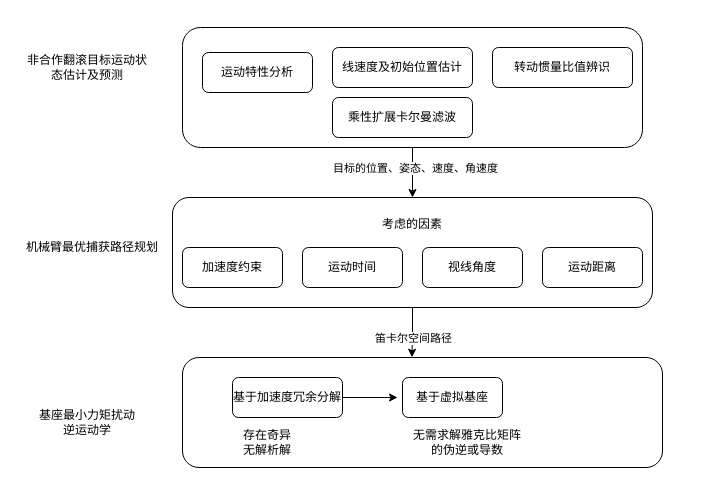
Above: Untitled Diagram.drawio in zzy5510/adams_simulink_robotarm (draw.io), before the change. Source tidied: cells renumbered, new cells numbered last; positions are measured from the earlier drawing's top-left corner, leaving out a move shared by most shapes. Both pictures are drawn from the tidied source at 100%, with x=0, y=0 at pixel (17, 27).
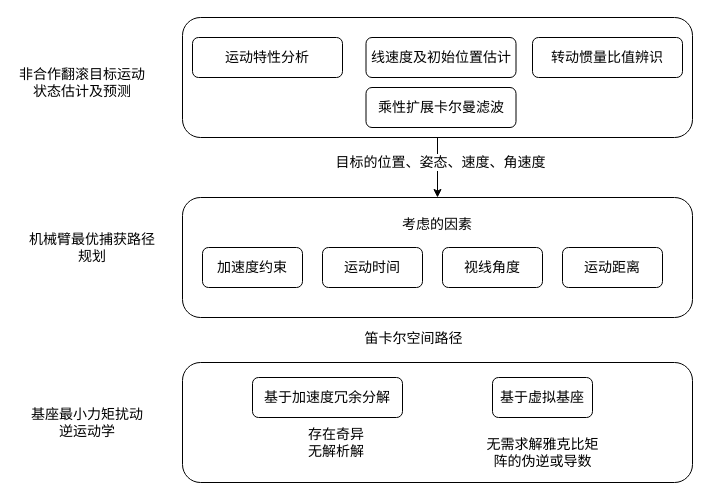
After the change.

What changed in the source:
```diff
@@
-    <mxCell id="2" style="edgeStyle=orthogonalEdgeStyle;rounded=0;jettySize=auto;html=1;" parent="1" edge="1" source="4">
-      <mxGeometry relative="1" as="geometry">
-        <mxPoint x="395" y="170" as="targetPoint" />
-      </mxGeometry>
+    <mxCell id="2" style="edgeStyle=orthogonalEdgeStyle;rounded=0;jettySize=auto;html=1;entryX=0.5;entryY=0;entryDx=0;entryDy=0;" parent="1" edge="1" source="4" target="12">
+      <mxGeometry relative="1" as="geometry" />
     </mxCell>
-    <mxCell id="3" value="目标的位置、姿态、速度、角速度" style="edgeLabel;html=1;align=center;verticalAlign=middle;" parent="2" vertex="1">
+    <mxCell id="3" value="目标的位置、姿态、速度、角速度" style="edgeLabel;html=1;align=center;verticalAlign=middle;fontSize=14;" parent="2" vertex="1">
       <mxGeometry x="-0.21" y="2" relative="1" as="geometry" />
     </mxCell>
     <mxCell id="4" style="rounded=1;whiteSpace=wrap;html=1;" parent="1" vertex="1">
-      <mxGeometry x="165" width="460" height="120" as="geometry" />
+      <mxGeometry x="165" y="-10" width="510" height="120" as="geometry" />
     </mxCell>
-    <mxCell id="5" value="非合作翻滚目标运动状态估计及预测" style="text;html=1;strokeColor=none;fillColor=none;align=center;verticalAlign=middle;whiteSpace=wrap;rounded=0;" parent="1" vertex="1">
-      <mxGeometry x="5" y="25" width="130" height="30" as="geometry" />
+    <mxCell id="5" value="&lt;font style=&quot;font-size: 14px&quot;&gt;非合作翻滚目标运动状态估计及预测&lt;/font&gt;" style="text;html=1;strokeColor=none;fillColor=none;align=center;verticalAlign=middle;whiteSpace=wrap;rounded=0;" parent="1" vertex="1">
+      <mxGeometry y="40" width="130" height="30" as="geometry" />
     </mxCell>
-    <mxCell id="6" value="运动特性分析" style="rounded=1;whiteSpace=wrap;html=1;" parent="1" vertex="1">
-      <mxGeometry x="185" y="25" width="110" height="40" as="geometry" />
+    <mxCell id="6" value="&lt;font style=&quot;font-size: 14px&quot;&gt;运动特性分析&lt;/font&gt;" style="rounded=1;whiteSpace=wrap;html=1;" parent="1" vertex="1">
+      <mxGeometry x="175" y="10" width="150" height="40" as="geometry" />
     </mxCell>
-    <mxCell id="7" value="线速度及初始位置估计" style="rounded=1;whiteSpace=wrap;html=1;" parent="1" vertex="1">
-      <mxGeometry x="315" y="20" width="140" height="40" as="geometry" />
+    <mxCell id="7" value="&lt;font style=&quot;font-size: 14px&quot;&gt;线速度及初始位置估计&lt;/font&gt;" style="rounded=1;whiteSpace=wrap;html=1;" parent="1" vertex="1">
+      <mxGeometry x="348.5" y="10" width="150" height="40" as="geometry" />
     </mxCell>
-    <mxCell id="8" value="转动惯量比值辨识" style="rounded=1;whiteSpace=wrap;html=1;" parent="1" vertex="1">
-      <mxGeometry x="475" y="20" width="140" height="40" as="geometry" />
+    <mxCell id="8" value="&lt;font style=&quot;font-size: 14px&quot;&gt;转动惯量比值辨识&lt;/font&gt;" style="rounded=1;whiteSpace=wrap;html=1;" parent="1" vertex="1">
+      <mxGeometry x="515" y="10" width="150" height="40" as="geometry" />
     </mxCell>
-    <mxCell id="9" value="乘性扩展卡尔曼滤波" style="rounded=1;whiteSpace=wrap;html=1;" parent="1" vertex="1">
-      <mxGeometry x="315" y="70" width="140" height="40" as="geometry" />
+    <mxCell id="9" value="&lt;font style=&quot;font-size: 14px&quot;&gt;乘性扩展卡尔曼滤波&lt;/font&gt;" style="rounded=1;whiteSpace=wrap;html=1;" parent="1" vertex="1">
+      <mxGeometry x="348.5" y="60" width="150" height="40" as="geometry" />
     </mxCell>
-    <mxCell id="10" value="机械臂最优捕获路径规划" style="text;html=1;strokeColor=none;fillColor=none;align=center;verticalAlign=middle;whiteSpace=wrap;rounded=0;" parent="1" vertex="1">
+    <mxCell id="10" value="&lt;font style=&quot;font-size: 14px&quot;&gt;机械臂最优捕获路径规划&lt;/font&gt;" style="text;html=1;strokeColor=none;fillColor=none;align=center;verticalAlign=middle;whiteSpace=wrap;rounded=0;" parent="1" vertex="1">
       <mxGeometry x="5" y="205" width="140" height="30" as="geometry" />
     </mxCell>
-    <mxCell id="11" style="edgeStyle=orthogonalEdgeStyle;rounded=0;jettySize=auto;html=1;entryX=0.478;entryY=-0.002;entryDx=0;entryDy=0;entryPerimeter=0;" parent="1" edge="1" source="12" target="19">
-      <mxGeometry relative="1" as="geometry" />
-    </mxCell>
-    <mxCell id="12" value="考虑的因素&lt;br&gt;&lt;br&gt;&lt;br&gt;&lt;br&gt;&lt;br&gt;" style="rounded=1;whiteSpace=wrap;html=1;" parent="1" vertex="1">
-      <mxGeometry x="155" y="170" width="480" height="110" as="geometry" />
+    <mxCell id="12" value="考虑的因素&lt;br style=&quot;font-size: 14px;&quot;&gt;&lt;br style=&quot;font-size: 14px;&quot;&gt;&lt;br style=&quot;font-size: 14px;&quot;&gt;&lt;br style=&quot;font-size: 14px;&quot;&gt;&lt;br style=&quot;font-size: 14px;&quot;&gt;" style="rounded=1;whiteSpace=wrap;html=1;fontSize=14;" parent="1" vertex="1">
+      <mxGeometry x="165" y="170" width="510" height="120" as="geometry" />
     </mxCell>
-    <mxCell id="13" value="加速度约束" style="rounded=1;whiteSpace=wrap;html=1;" parent="1" vertex="1">
-      <mxGeometry x="165" y="220" width="100" height="40" as="geometry" />
+    <mxCell id="13" value="加速度约束" style="rounded=1;whiteSpace=wrap;html=1;fontSize=14;" parent="1" vertex="1">
+      <mxGeometry x="185" y="220" width="100" height="40" as="geometry" />
     </mxCell>
-    <mxCell id="14" value="运动距离" style="rounded=1;whiteSpace=wrap;html=1;" parent="1" vertex="1">
-      <mxGeometry x="525" y="220" width="100" height="40" as="geometry" />
+    <mxCell id="14" value="运动距离" style="rounded=1;whiteSpace=wrap;html=1;fontSize=14;" parent="1" vertex="1">
+      <mxGeometry x="545" y="220" width="100" height="40" as="geometry" />
     </mxCell>
-    <mxCell id="15" value="视线角度" style="rounded=1;whiteSpace=wrap;html=1;" parent="1" vertex="1">
-      <mxGeometry x="405" y="220" width="100" height="40" as="geometry" />
+    <mxCell id="15" value="视线角度" style="rounded=1;whiteSpace=wrap;html=1;fontSize=14;" parent="1" vertex="1">
+      <mxGeometry x="425" y="220" width="100" height="40" as="geometry" />
     </mxCell>
-    <mxCell id="16" value="运动时间" style="rounded=1;whiteSpace=wrap;html=1;" parent="1" vertex="1">
-      <mxGeometry x="285" y="220" width="100" height="40" as="geometry" />
+    <mxCell id="16" value="运动时间" style="rounded=1;whiteSpace=wrap;html=1;fontSize=14;" parent="1" vertex="1">
+      <mxGeometry x="305" y="220" width="100" height="40" as="geometry" />
     </mxCell>
-    <mxCell id="17" value="笛卡尔空间路径" style="edgeLabel;html=1;align=center;verticalAlign=middle;" parent="1" vertex="1">
+    <mxCell id="17" value="笛卡尔空间路径" style="edgeLabel;html=1;align=center;verticalAlign=middle;fontSize=14;" parent="1" vertex="1">
       <mxGeometry x="395" y="310" as="geometry" />
     </mxCell>
-    <mxCell id="18" value="基座最小力矩扰动&lt;br&gt;逆运动学" style="text;html=1;strokeColor=none;fillColor=none;align=center;verticalAlign=middle;whiteSpace=wrap;rounded=0;" parent="1" vertex="1">
+    <mxCell id="18" value="基座最小力矩扰动&lt;br style=&quot;font-size: 14px;&quot;&gt;逆运动学" style="text;html=1;strokeColor=none;fillColor=none;align=center;verticalAlign=middle;whiteSpace=wrap;rounded=0;fontSize=14;" parent="1" vertex="1">
       <mxGeometry y="380" width="140" height="30" as="geometry" />
     </mxCell>
     <mxCell id="19" style="rounded=1;whiteSpace=wrap;html=1;" parent="1" vertex="1">
-      <mxGeometry x="165" y="330" width="480" height="110" as="geometry" />
+      <mxGeometry x="165" y="335" width="510" height="120" as="geometry" />
     </mxCell>
-    <mxCell id="20" style="edgeStyle=orthogonalEdgeStyle;rounded=0;jettySize=auto;html=1;" parent="1" edge="1" source="21">
-      <mxGeometry relative="1" as="geometry">
-        <mxPoint x="380" y="370" as="targetPoint" />
-      </mxGeometry>
-    </mxCell>
-    <mxCell id="21" value="基于加速度冗余分解" style="rounded=1;whiteSpace=wrap;html=1;" parent="1" vertex="1">
-      <mxGeometry x="215" y="350" width="110" height="40" as="geometry" />
+    <mxCell id="21" value="基于加速度冗余分解" style="rounded=1;whiteSpace=wrap;html=1;fontSize=14;" parent="1" vertex="1">
+      <mxGeometry x="235" y="350" width="150" height="40" as="geometry" />
     </mxCell>
-    <mxCell id="22" value="存在奇异无解析解" style="text;html=1;strokeColor=none;fillColor=none;align=center;verticalAlign=middle;whiteSpace=wrap;rounded=0;" parent="1" vertex="1">
-      <mxGeometry x="220" y="400" width="60" height="30" as="geometry" />
+    <mxCell id="22" value="存在奇异无解析解" style="text;html=1;strokeColor=none;fillColor=none;align=center;verticalAlign=middle;whiteSpace=wrap;rounded=0;fontSize=14;" parent="1" vertex="1">
+      <mxGeometry x="288.5" y="400" width="60" height="30" as="geometry" />
     </mxCell>
-    <mxCell id="23" value="基于虚拟基座" style="rounded=1;whiteSpace=wrap;html=1;" parent="1" vertex="1">
-      <mxGeometry x="385" y="350" width="100" height="40" as="geometry" />
+    <mxCell id="23" value="基于虚拟基座" style="rounded=1;whiteSpace=wrap;html=1;fontSize=14;" parent="1" vertex="1">
+      <mxGeometry x="475" y="350" width="100" height="40" as="geometry" />
     </mxCell>
-    <mxCell id="24" value="无需求解雅克比矩阵的伪逆或导数" style="text;html=1;strokeColor=none;fillColor=none;align=center;verticalAlign=middle;whiteSpace=wrap;rounded=0;" parent="1" vertex="1">
-      <mxGeometry x="395" y="400" width="110" height="30" as="geometry" />
+    <mxCell id="24" value="无需求解雅克比矩阵的伪逆或导数" style="text;html=1;strokeColor=none;fillColor=none;align=center;verticalAlign=middle;whiteSpace=wrap;rounded=0;fontSize=14;" parent="1" vertex="1">
+      <mxGeometry x="466.8" y="410" width="116.5" height="30" as="geometry" />
     </mxCell>
```
